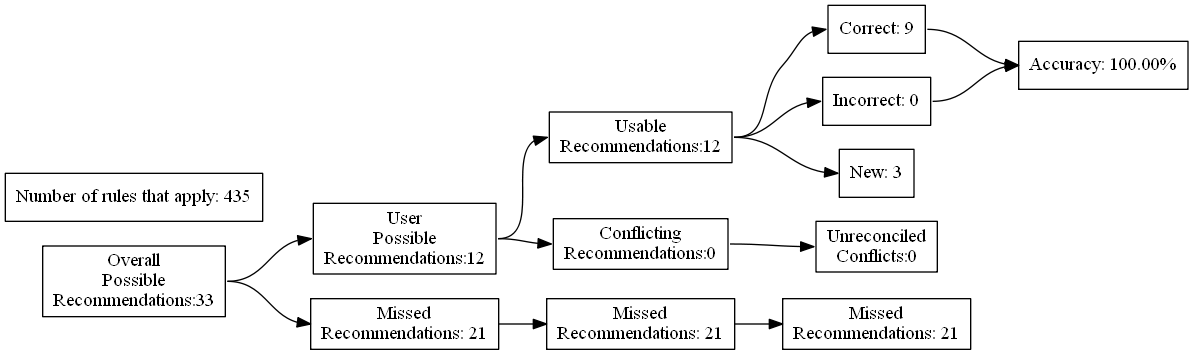
Above: test_renders/20.gv.png in ZaxR/ibd_diet_analysis (Graphviz), before the change. Its source is kept beside it as test_renders/20.gv.
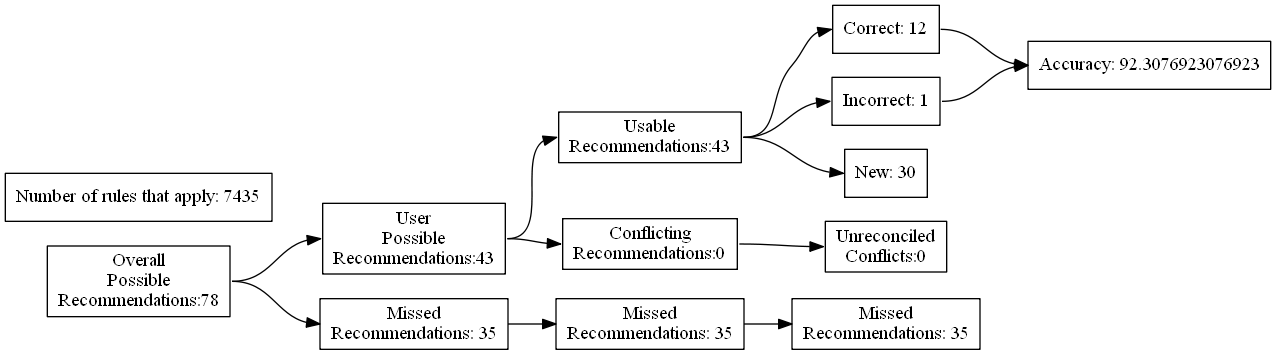
After the commit.

The edit, as a diff of the source:
```diff
@@ -4,27 +4,27 @@
 	edge [headport=w tailport=e]
 		A [label="Overall
 Possible
-Recommendations:33"]
+Recommendations:78"]
 		B [label="User
 Possible
-Recommendations:12"]
+Recommendations:43"]
 		C [label="Missed
-Recommendations: 21"]
+Recommendations: 35"]
 		D [label="Usable
-Recommendations:12"]
+Recommendations:43"]
 		E [label="Conflicting
 Recommendations:0"]
 		J [label="Missed
-Recommendations: 21"]
+Recommendations: 35"]
 		M [label="Unreconciled
 Conflicts:0"]
-		F [label="Correct: 9"]
-		G [label="Incorrect: 0"]
-		H [label="New: 3"]
+		F [label="Correct: 12"]
+		G [label="Incorrect: 1"]
+		H [label="New: 30"]
 		K [label="Missed
-Recommendations: 21"]
-		I [label="Accuracy: 100.00%"]
-		l [label="Number of rules that apply: 435"]
+Recommendations: 35"]
+		I [label="Accuracy: 92.3076923076923"]
+		l [label="Number of rules that apply: 7435"]
 			A -> B
 			A -> C
 			B -> D
```
